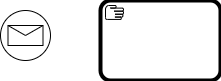
The draw.io diagram BPMN.drawio.png in SofiyaBrodnikova/-educational, before a commit. Source tidied: cells renumbered, new cells last; positions are measured from the earlier drawing's top-left corner, leaving out a move shared by most shapes.
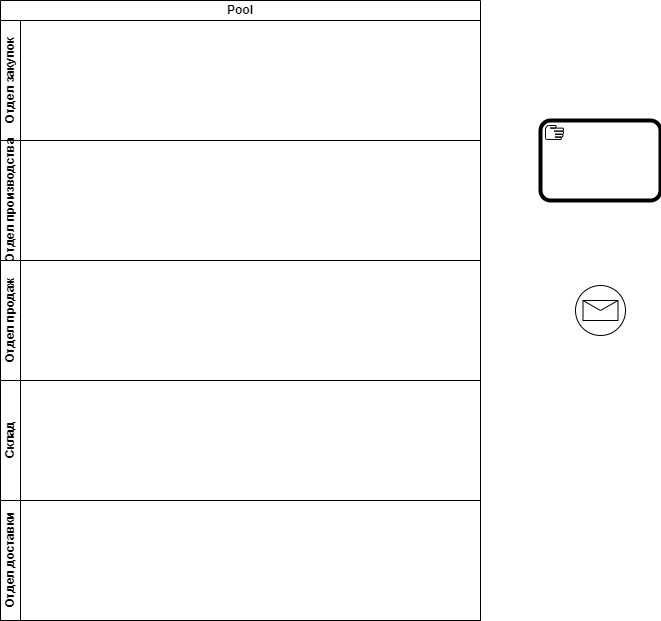
The same file after the commit.

What changed in the source:
```diff
@@ -3,10 +3,28 @@
     <mxCell id="0" />
     <mxCell id="1" parent="0" />
     <mxCell id="2" style="shape=mxgraph.bpmn.event;html=1;verticalLabelPosition=bottom;labelBackgroundColor=#ffffff;verticalAlign=top;align=center;perimeter=ellipsePerimeter;outline=standard;symbol=message;" parent="1" vertex="1">
-      <mxGeometry y="10" width="50" height="50" as="geometry" />
+      <mxGeometry x="635" y="105" width="50" height="50" as="geometry" />
     </mxCell>
     <mxCell id="3" style="shape=mxgraph.bpmn.task2;whiteSpace=wrap;rectStyle=rounded;size=10;html=1;bpmnShapeType=call;taskMarker=manual;" parent="1" vertex="1">
-      <mxGeometry x="100" width="120" height="80" as="geometry" />
+      <mxGeometry x="600" y="-60" width="120" height="80" as="geometry" />
     </mxCell>
+    <mxCell id="4" value="Pool" style="swimlane;html=1;horizontal=1;startSize=20;whiteSpace=wrap;" parent="1" vertex="1">
+      <mxGeometry x="60" y="-180" width="480" height="620" as="geometry" />
+    </mxCell>
+    <mxCell id="5" value="Отдел закупок" style="swimlane;html=1;startSize=20;horizontal=0;" parent="4" vertex="1">
+      <mxGeometry y="20" width="480" height="120" as="geometry" />
+    </mxCell>
+    <mxCell id="6" value="Отдел производства" style="swimlane;html=1;startSize=20;horizontal=0;" parent="4" vertex="1">
+      <mxGeometry y="140" width="480" height="120" as="geometry" />
+    </mxCell>
+    <mxCell id="7" value="Отдел продаж" style="swimlane;html=1;startSize=20;horizontal=0;" parent="4" vertex="1">
+      <mxGeometry y="260" width="480" height="120" as="geometry" />
+    </mxCell>
+    <mxCell id="8" value="Склад" style="swimlane;html=1;startSize=20;horizontal=0;" parent="4" vertex="1">
+      <mxGeometry y="380" width="480" height="120" as="geometry" />
+    </mxCell>
+    <mxCell id="9" value="Отдел доставки" style="swimlane;html=1;startSize=20;horizontal=0;" parent="4" vertex="1">
+      <mxGeometry y="500" width="480" height="120" as="geometry" />
+    </mxCell>
   </root>
 </mxGraphModel>
```
